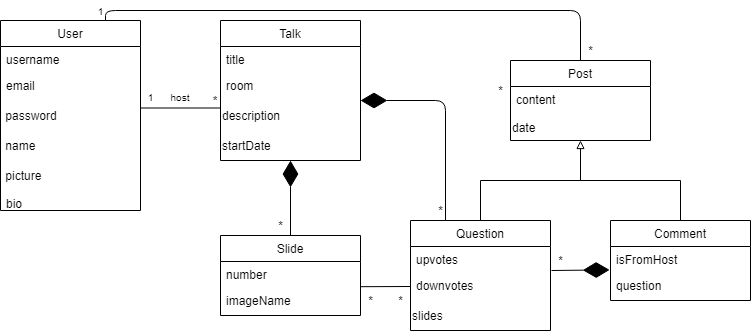
Above: img/domain_model.png in FEUP-ESOF-2020-21/open-cx-t1g1-ploggers (draw.io), before the change. Source tidied: cells renumbered, new cells last; positions are measured from the earlier drawing's top-left corner, leaving out a move shared by most shapes. Its diagram source:
```xml
<mxGraphModel>
  <root>
    <mxCell id="0" />
    <mxCell id="1" parent="0" />
    <mxCell id="2" value="User" style="swimlane;fontStyle=0;horizontal=1;startSize=26;fillColor=none;" parent="1" vertex="1">
      <mxGeometry y="20" width="140" height="190" as="geometry" />
    </mxCell>
    <mxCell id="3" value="username" style="text;strokeColor=none;fillColor=none;align=left;verticalAlign=top;spacingLeft=4;spacingRight=4;overflow=hidden;" parent="2" vertex="1">
      <mxGeometry y="26" width="140" height="26" as="geometry" />
    </mxCell>
    <mxCell id="4" value="email" style="text;strokeColor=none;fillColor=none;align=left;verticalAlign=top;spacingLeft=4;spacingRight=4;overflow=hidden;" parent="2" vertex="1">
      <mxGeometry y="52" width="140" height="28" as="geometry" />
    </mxCell>
    <mxCell id="5" value="&amp;nbsp;password" style="text;html=1;strokeColor=none;fillColor=none;align=left;verticalAlign=middle;whiteSpace=wrap;rounded=0;" parent="2" vertex="1">
      <mxGeometry y="80" width="140" height="30" as="geometry" />
    </mxCell>
    <mxCell id="6" value="&amp;nbsp;name" style="text;html=1;strokeColor=none;fillColor=none;align=left;verticalAlign=middle;whiteSpace=wrap;rounded=0;" parent="2" vertex="1">
      <mxGeometry y="110" width="140" height="30" as="geometry" />
    </mxCell>
    <mxCell id="7" value="&amp;nbsp;picture" style="text;html=1;strokeColor=none;fillColor=none;align=left;verticalAlign=middle;whiteSpace=wrap;rounded=0;" parent="2" vertex="1">
      <mxGeometry y="140" width="140" height="30" as="geometry" />
    </mxCell>
    <mxCell id="8" value="bio" style="text;strokeColor=none;fillColor=none;align=left;verticalAlign=top;spacingLeft=4;spacingRight=4;overflow=hidden;" parent="2" vertex="1">
      <mxGeometry y="170" width="140" height="20" as="geometry" />
    </mxCell>
    <mxCell id="9" value="Talk" style="swimlane;fontStyle=0;horizontal=1;startSize=26;fillColor=none;" parent="1" vertex="1">
      <mxGeometry x="220" y="20" width="140" height="140" as="geometry" />
    </mxCell>
    <mxCell id="10" value="title" style="text;strokeColor=none;fillColor=none;align=left;verticalAlign=top;spacingLeft=4;spacingRight=4;overflow=hidden;" parent="9" vertex="1">
      <mxGeometry y="26" width="140" height="26" as="geometry" />
    </mxCell>
    <mxCell id="11" value="room" style="text;strokeColor=none;fillColor=none;align=left;verticalAlign=top;spacingLeft=4;spacingRight=4;overflow=hidden;" parent="9" vertex="1">
      <mxGeometry y="52" width="140" height="28" as="geometry" />
    </mxCell>
    <mxCell id="12" value="description" style="text;html=1;strokeColor=none;fillColor=none;align=left;verticalAlign=middle;whiteSpace=wrap;rounded=0;" parent="9" vertex="1">
      <mxGeometry y="80" width="140" height="30" as="geometry" />
    </mxCell>
    <mxCell id="13" value="startDate" style="text;html=1;strokeColor=none;fillColor=none;align=left;verticalAlign=middle;whiteSpace=wrap;rounded=0;" parent="9" vertex="1">
      <mxGeometry y="110" width="140" height="30" as="geometry" />
    </mxCell>
    <mxCell id="14" value="Post" style="swimlane;fontStyle=0;horizontal=1;startSize=26;fillColor=none;" parent="1" vertex="1">
      <mxGeometry x="510" y="60" width="140" height="80" as="geometry" />
    </mxCell>
    <mxCell id="15" value="content" style="text;strokeColor=none;fillColor=none;align=left;verticalAlign=top;spacingLeft=4;spacingRight=4;overflow=hidden;" parent="14" vertex="1">
      <mxGeometry y="26" width="140" height="28" as="geometry" />
    </mxCell>
    <mxCell id="16" value="date" style="text;html=1;strokeColor=none;fillColor=none;align=left;verticalAlign=middle;whiteSpace=wrap;rounded=0;" parent="14" vertex="1">
      <mxGeometry y="54" width="140" height="26" as="geometry" />
    </mxCell>
    <mxCell id="17" value="Slide" style="swimlane;fontStyle=0;horizontal=1;startSize=26;fillColor=none;" parent="1" vertex="1">
      <mxGeometry x="220" y="235" width="140" height="80" as="geometry" />
    </mxCell>
    <mxCell id="18" value="number" style="text;strokeColor=none;fillColor=none;align=left;verticalAlign=top;spacingLeft=4;spacingRight=4;overflow=hidden;points=[[0,0.5],[1,0.5]];portConstraint=eastwest;" parent="17" vertex="1">
      <mxGeometry y="26" width="140" height="26" as="geometry" />
    </mxCell>
    <mxCell id="19" value="imageName" style="text;strokeColor=none;fillColor=none;align=left;verticalAlign=top;spacingLeft=4;spacingRight=4;overflow=hidden;" parent="17" vertex="1">
      <mxGeometry y="52" width="140" height="28" as="geometry" />
    </mxCell>
    <mxCell id="20" value="Question" style="swimlane;fontStyle=0;horizontal=1;startSize=26;fillColor=none;" parent="1" vertex="1">
      <mxGeometry x="410" y="220" width="140" height="110" as="geometry" />
    </mxCell>
    <mxCell id="21" value="upvotes" style="text;strokeColor=none;fillColor=none;align=left;verticalAlign=top;spacingLeft=4;spacingRight=4;overflow=hidden;" parent="20" vertex="1">
      <mxGeometry y="26" width="140" height="26" as="geometry" />
    </mxCell>
    <mxCell id="22" value="downvotes" style="text;strokeColor=none;fillColor=none;align=left;verticalAlign=top;spacingLeft=4;spacingRight=4;overflow=hidden;points=[[0,0.5],[1,0.5]];portConstraint=eastwest;" parent="20" vertex="1">
      <mxGeometry y="52" width="140" height="28" as="geometry" />
    </mxCell>
    <mxCell id="23" value="slides" style="text;html=1;strokeColor=none;fillColor=none;align=left;verticalAlign=middle;whiteSpace=wrap;rounded=0;" parent="20" vertex="1">
      <mxGeometry y="80" width="140" height="30" as="geometry" />
    </mxCell>
    <mxCell id="24" value="Comment" style="swimlane;fontStyle=0;horizontal=1;startSize=26;fillColor=none;" parent="1" vertex="1">
      <mxGeometry x="610" y="220" width="140" height="80" as="geometry" />
    </mxCell>
    <mxCell id="25" value="isFromHost" style="text;strokeColor=none;fillColor=none;align=left;verticalAlign=top;spacingLeft=4;spacingRight=4;overflow=hidden;points=[[0,0.5],[1,0.5]];portConstraint=eastwest;" parent="24" vertex="1">
      <mxGeometry y="26" width="140" height="26" as="geometry" />
    </mxCell>
    <mxCell id="26" value="question" style="text;strokeColor=none;fillColor=none;align=left;verticalAlign=top;spacingLeft=4;spacingRight=4;overflow=hidden;" parent="24" vertex="1">
      <mxGeometry y="52" width="140" height="28" as="geometry" />
    </mxCell>
    <mxCell id="27" style="endArrow=none;html=1;" parent="1" edge="1">
      <mxGeometry relative="1" as="geometry">
        <mxPoint x="480" y="180" as="sourcePoint" />
        <mxPoint x="680" y="180" as="targetPoint" />
      </mxGeometry>
    </mxCell>
    <mxCell id="28" style="endArrow=block;html=1;entryX=0.5;entryY=1;entryDx=0;entryDy=0;endFill=0;" parent="1" edge="1" target="16">
      <mxGeometry relative="1" as="geometry">
        <mxPoint x="580" y="180" as="sourcePoint" />
      </mxGeometry>
    </mxCell>
    <mxCell id="29" style="endArrow=none;html=1;edgeStyle=orthogonalEdgeStyle;exitX=1;exitY=0.25;exitDx=0;exitDy=0;entryX=0;entryY=0.25;entryDx=0;entryDy=0;" parent="1" edge="1" source="5" target="12">
      <mxGeometry relative="1" as="geometry" />
    </mxCell>
    <mxCell id="30" value="&lt;font style=&quot;font-size: 10px&quot;&gt;host&lt;/font&gt;" style="text;html=1;strokeColor=none;fillColor=none;align=center;verticalAlign=middle;whiteSpace=wrap;rounded=0;" parent="1" vertex="1">
      <mxGeometry x="160" y="86" width="40" height="20" as="geometry" />
    </mxCell>
    <mxCell id="31" value="*" style="text;html=1;strokeColor=none;fillColor=none;align=center;verticalAlign=middle;whiteSpace=wrap;rounded=0;" parent="1" vertex="1">
      <mxGeometry x="210" y="90" width="10" height="20" as="geometry" />
    </mxCell>
    <mxCell id="32" style="endArrow=diamondThin;endFill=1;endSize=24;html=1;entryX=-0.006;entryY=0.9;entryDx=0;entryDy=0;entryPerimeter=0;" parent="1" edge="1" target="25">
      <mxGeometry relative="1" as="geometry">
        <mxPoint x="551" y="270" as="sourcePoint" />
      </mxGeometry>
    </mxCell>
    <mxCell id="33" style="endArrow=diamondThin;endFill=1;endSize=24;html=1;entryX=1;entryY=0;entryDx=0;entryDy=0;exitX=0.25;exitY=0;exitDx=0;exitDy=0;" parent="1" edge="1" source="20" target="12">
      <mxGeometry relative="1" as="geometry">
        <Array as="points">
          <mxPoint x="445" y="100" />
        </Array>
      </mxGeometry>
    </mxCell>
    <mxCell id="34" style="endArrow=diamondThin;endFill=1;endSize=24;html=1;entryX=0.5;entryY=1;entryDx=0;entryDy=0;exitX=0.5;exitY=0;exitDx=0;exitDy=0;" parent="1" edge="1" source="17" target="13">
      <mxGeometry relative="1" as="geometry" />
    </mxCell>
    <mxCell id="35" style="endArrow=none;html=1;edgeStyle=orthogonalEdgeStyle;exitX=0.75;exitY=0;exitDx=0;exitDy=0;entryX=0.5;entryY=0;entryDx=0;entryDy=0;" parent="1" edge="1" source="2" target="14">
      <mxGeometry relative="1" as="geometry" />
    </mxCell>
    <mxCell id="36" value="*" style="text;html=1;align=center;verticalAlign=middle;" parent="1" vertex="1">
      <mxGeometry x="550" y="250" width="20" height="20" as="geometry" />
    </mxCell>
    <mxCell id="37" value="*" style="text;html=1;align=center;verticalAlign=middle;" parent="1" vertex="1">
      <mxGeometry x="270" y="215" width="20" height="20" as="geometry" />
    </mxCell>
    <mxCell id="38" value="*" style="text;html=1;align=center;verticalAlign=middle;" parent="1" vertex="1">
      <mxGeometry x="490" y="80" width="20" height="20" as="geometry" />
    </mxCell>
    <mxCell id="39" value="*" style="text;html=1;align=center;verticalAlign=middle;" parent="1" vertex="1">
      <mxGeometry x="580" y="40" width="20" height="20" as="geometry" />
    </mxCell>
    <mxCell id="40" value="*" style="text;html=1;align=center;verticalAlign=middle;" parent="1" vertex="1">
      <mxGeometry x="360" y="290" width="20" height="20" as="geometry" />
    </mxCell>
    <mxCell id="41" value="&lt;font style=&quot;font-size: 10px&quot;&gt;1&lt;/font&gt;" style="text;html=1;align=center;verticalAlign=middle;" parent="1" vertex="1">
      <mxGeometry x="90" width="20" height="20" as="geometry" />
    </mxCell>
    <mxCell id="42" value="&lt;font style=&quot;font-size: 10px&quot;&gt;1&lt;/font&gt;" style="text;html=1;align=center;verticalAlign=middle;" parent="1" vertex="1">
      <mxGeometry x="140" y="86" width="20" height="20" as="geometry" />
    </mxCell>
    <mxCell id="43" style="endArrow=none;html=1;entryX=0.5;entryY=0;entryDx=0;entryDy=0;" parent="1" edge="1" target="24">
      <mxGeometry relative="1" as="geometry">
        <mxPoint x="680" y="180" as="sourcePoint" />
      </mxGeometry>
    </mxCell>
    <mxCell id="44" style="endArrow=none;html=1;entryX=0.5;entryY=0;entryDx=0;entryDy=0;" parent="1" edge="1" target="20">
      <mxGeometry relative="1" as="geometry">
        <mxPoint x="480" y="180" as="sourcePoint" />
      </mxGeometry>
    </mxCell>
    <mxCell id="45" style="endArrow=none;html=1;exitX=0.997;exitY=0.969;exitDx=0;exitDy=0;exitPerimeter=0;entryX=0;entryY=0.5;entryDx=0;entryDy=0;" parent="1" edge="1" source="18" target="22">
      <mxGeometry relative="1" as="geometry" />
    </mxCell>
    <mxCell id="46" value="*" style="text;html=1;align=center;verticalAlign=middle;" parent="1" vertex="1">
      <mxGeometry x="390" y="290" width="20" height="20" as="geometry" />
    </mxCell>
    <mxCell id="47" value="*" style="text;html=1;align=center;verticalAlign=middle;" parent="1" vertex="1">
      <mxGeometry x="430" y="200" width="20" height="20" as="geometry" />
    </mxCell>
  </root>
</mxGraphModel>
```
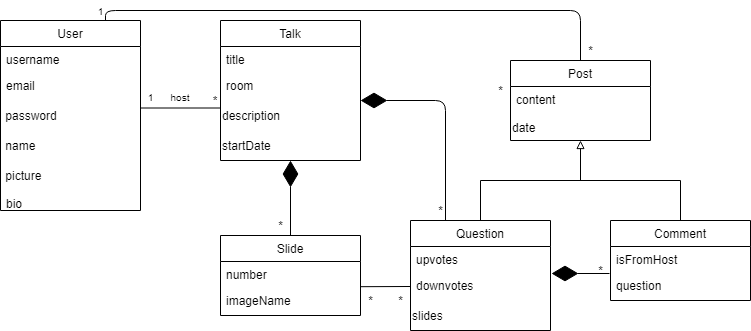
The same file after the commit.

The edit, as a diff of the source:
```diff
@@ -97,9 +97,10 @@
     <mxCell id="31" value="*" style="text;html=1;strokeColor=none;fillColor=none;align=center;verticalAlign=middle;whiteSpace=wrap;rounded=0;" parent="1" vertex="1">
       <mxGeometry x="210" y="90" width="10" height="20" as="geometry" />
     </mxCell>
-    <mxCell id="32" style="endArrow=diamondThin;endFill=1;endSize=24;html=1;entryX=-0.006;entryY=0.9;entryDx=0;entryDy=0;entryPerimeter=0;" parent="1" edge="1" target="25">
+    <mxCell id="32" style="endArrow=diamondThin;endFill=1;endSize=24;html=1;" parent="1" edge="1">
       <mxGeometry relative="1" as="geometry">
-        <mxPoint x="551" y="270" as="sourcePoint" />
+        <mxPoint x="609" y="273" as="sourcePoint" />
+        <mxPoint x="551" y="273" as="targetPoint" />
       </mxGeometry>
     </mxCell>
     <mxCell id="33" style="endArrow=diamondThin;endFill=1;endSize=24;html=1;entryX=1;entryY=0;entryDx=0;entryDy=0;exitX=0.25;exitY=0;exitDx=0;exitDy=0;" parent="1" edge="1" source="20" target="12">
@@ -116,7 +117,7 @@
       <mxGeometry relative="1" as="geometry" />
     </mxCell>
     <mxCell id="36" value="*" style="text;html=1;align=center;verticalAlign=middle;" parent="1" vertex="1">
-      <mxGeometry x="550" y="250" width="20" height="20" as="geometry" />
+      <mxGeometry x="590" y="260" width="20" height="20" as="geometry" />
     </mxCell>
     <mxCell id="37" value="*" style="text;html=1;align=center;verticalAlign=middle;" parent="1" vertex="1">
       <mxGeometry x="270" y="215" width="20" height="20" as="geometry" />
```
